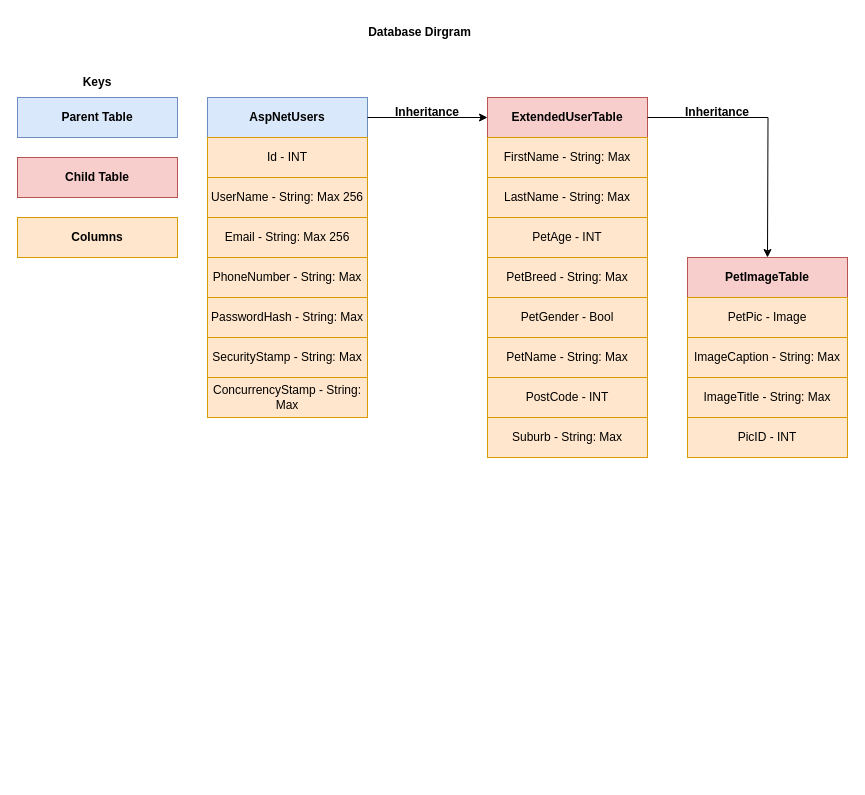
Before: Pets_R_Us/Documentation/Database/Database Diagram.drawio in JordanCogni/Pets_R_Us, a draw.io diagram. Source tidied: cells renumbered, new cells numbered last; positions are measured from the earlier drawing's top-left corner, leaving out a move shared by most shapes. Both pictures are drawn from the tidied source at 100%, with x=0, y=0 at pixel (17, 17).
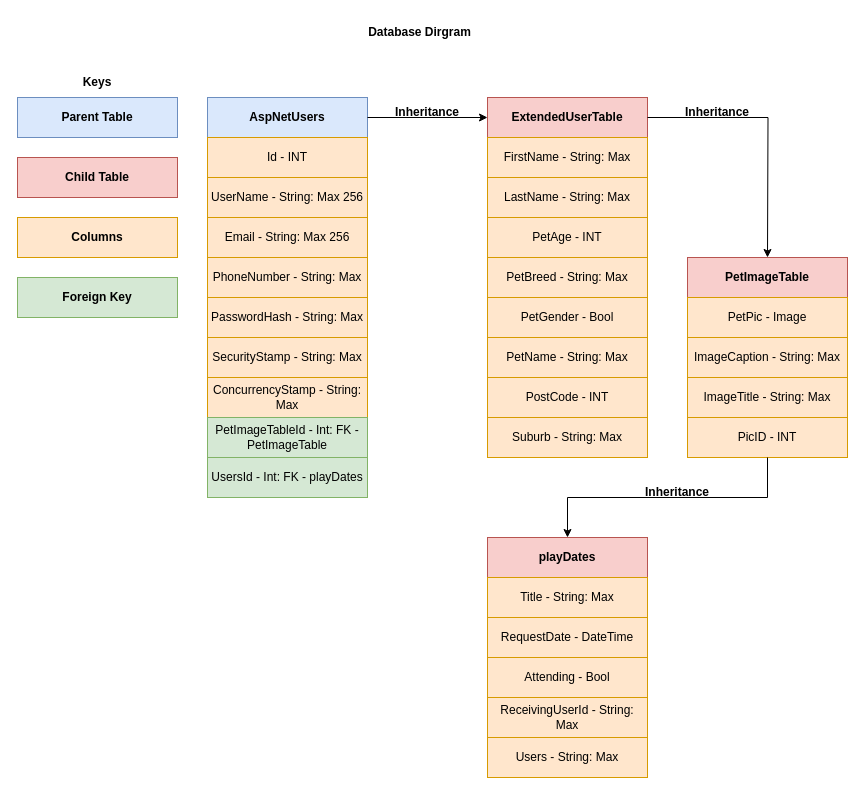
The same page after the edit.

Unchanged cells that the change refers to:
```xml
<mxCell id="27" style="swimlane;startSize=0;" parent="1" vertex="1">
  <mxGeometry x="670" y="240" width="160" height="200" as="geometry" />
</mxCell>
```

Change to the diagram source:
```diff
@@
+    <mxCell id="36" style="swimlane;startSize=0;" parent="1" vertex="1">
+      <mxGeometry x="470" y="520" width="160" height="200" as="geometry" />
+    </mxCell>
+    <mxCell id="37" value="&lt;b&gt;playDates&lt;/b&gt;" style="rounded=0;whiteSpace=wrap;html=1;fillColor=#f8cecc;strokeColor=#b85450;" parent="36" vertex="1">
+      <mxGeometry width="160" height="40" as="geometry" />
+    </mxCell>
+    <mxCell id="38" value="Title - String: Max" style="rounded=0;whiteSpace=wrap;html=1;fillColor=#ffe6cc;strokeColor=#d79b00;" parent="36" vertex="1">
+      <mxGeometry y="40" width="160" height="40" as="geometry" />
+    </mxCell>
+    <mxCell id="39" value="RequestDate - DateTime" style="rounded=0;whiteSpace=wrap;html=1;fillColor=#ffe6cc;strokeColor=#d79b00;" parent="36" vertex="1">
+      <mxGeometry y="80" width="160" height="40" as="geometry" />
+    </mxCell>
+    <mxCell id="40" value="Attending - Bool" style="rounded=0;whiteSpace=wrap;html=1;fillColor=#ffe6cc;strokeColor=#d79b00;" parent="36" vertex="1">
+      <mxGeometry y="120" width="160" height="40" as="geometry" />
+    </mxCell>
+    <mxCell id="41" value="ReceivingUserId - String: Max" style="rounded=0;whiteSpace=wrap;html=1;fillColor=#ffe6cc;strokeColor=#d79b00;" parent="36" vertex="1">
+      <mxGeometry y="160" width="160" height="40" as="geometry" />
+    </mxCell>
+    <mxCell id="42" style="edgeStyle=orthogonalEdgeStyle;rounded=0;jettySize=auto;html=1;exitX=0.5;exitY=1;exitDx=0;exitDy=0;entryX=0.5;entryY=0;entryDx=0;entryDy=0;" parent="1" edge="1" source="27" target="37">
+      <mxGeometry relative="1" as="geometry" />
+    </mxCell>
+    <mxCell id="43" value="&lt;b&gt;Inheritance&lt;/b&gt;" style="text;html=1;strokeColor=none;fillColor=none;align=center;verticalAlign=middle;whiteSpace=wrap;rounded=0;" parent="1" vertex="1">
+      <mxGeometry x="630" y="460" width="60" height="30" as="geometry" />
+    </mxCell>
+    <mxCell id="44" value="Users - String: Max" style="rounded=0;whiteSpace=wrap;html=1;fillColor=#ffe6cc;strokeColor=#d79b00;" parent="1" vertex="1">
+      <mxGeometry x="470" y="720" width="160" height="40" as="geometry" />
+    </mxCell>
+    <mxCell id="45" value="PetImageTableId - Int: FK - PetImageTable" style="rounded=0;whiteSpace=wrap;html=1;fillColor=#d5e8d4;strokeColor=#82b366;" parent="1" vertex="1">
+      <mxGeometry x="190" y="400" width="160" height="40" as="geometry" />
+    </mxCell>
+    <mxCell id="46" value="UsersId - Int: FK - playDates" style="rounded=0;whiteSpace=wrap;html=1;fillColor=#d5e8d4;strokeColor=#82b366;" parent="1" vertex="1">
+      <mxGeometry x="190" y="440" width="160" height="40" as="geometry" />
+    </mxCell>
+    <mxCell id="47" value="&lt;b&gt;Foreign Key&lt;/b&gt;" style="rounded=0;whiteSpace=wrap;html=1;fillColor=#d5e8d4;strokeColor=#82b366;" parent="1" vertex="1">
+      <mxGeometry y="260" width="160" height="40" as="geometry" />
+    </mxCell>
```
